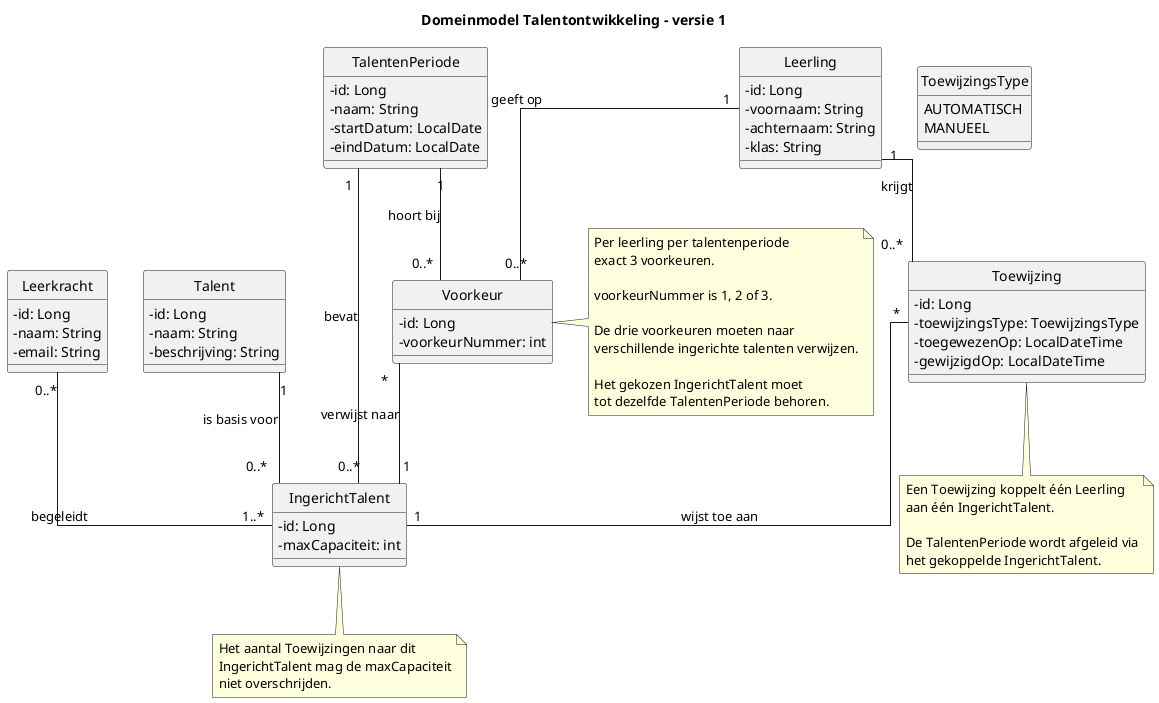
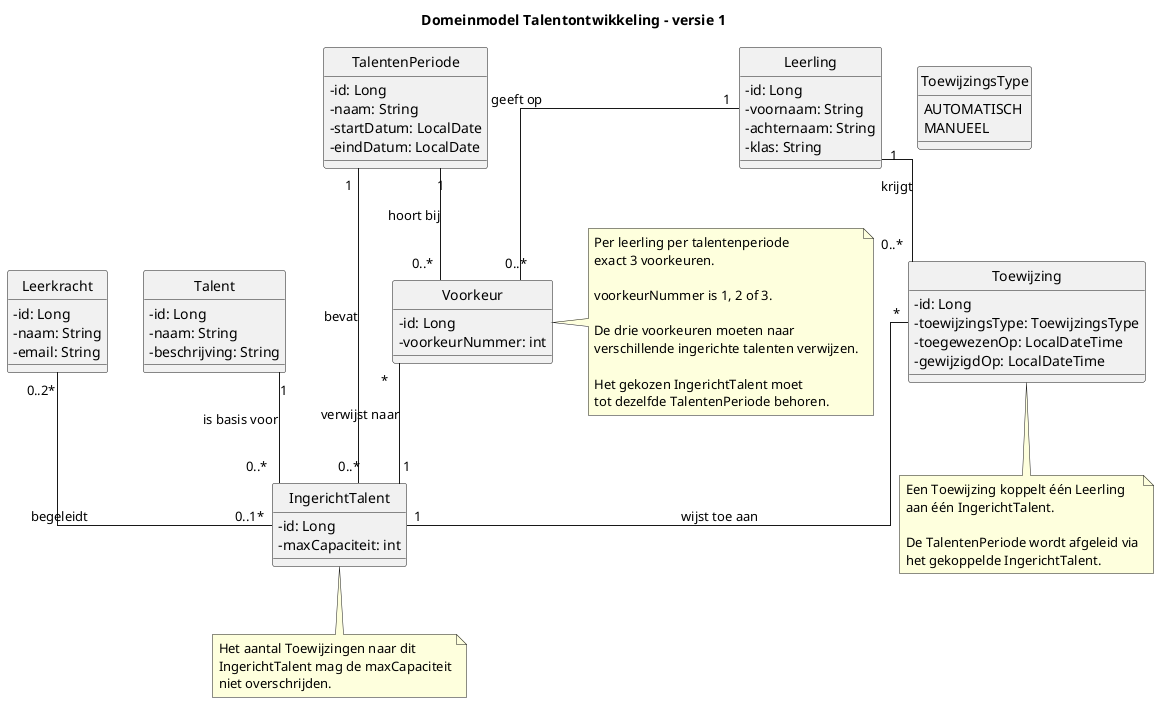
@startuml

hide circle
skinparam classAttributeIconSize 0
skinparam linetype ortho

title Domeinmodel Talentontwikkeling - versie 1

class Leerling {
  - id: Long
  - voornaam: String
  - achternaam: String
  - klas: String
}

class Leerkracht {
  - id: Long
  - naam: String
  - email: String
}

class Talent {
  - id: Long
  - naam: String
  - beschrijving: String
}

class TalentenPeriode {
  - id: Long
  - naam: String
  - startDatum: LocalDate
  - eindDatum: LocalDate
}

class IngerichtTalent {
  - id: Long
  - maxCapaciteit: int
}

class Voorkeur {
  - id: Long
  - voorkeurNummer: int
}

class Toewijzing {
  - id: Long
  - toewijzingsType: ToewijzingsType
  - toegewezenOp: LocalDateTime
  - gewijzigdOp: LocalDateTime
}

enum ToewijzingsType {
  AUTOMATISCH
  MANUEEL
}

'-------------------------------
' Talentaanbod
'-------------------------------

TalentenPeriode "1" -- "0..*" IngerichtTalent : bevat
Talent "1" -- "0..*" IngerichtTalent : is basis voor
- Leerkracht "0..*" -- "1..*" IngerichtTalent : begeleidt
+ Leerkracht "0..2*" -- "0..1*" IngerichtTalent : begeleidt

'-------------------------------
' Voorkeuren
'-------------------------------

Leerling "1" -- "0..*" Voorkeur : geeft op
TalentenPeriode "1" -- "0..*" Voorkeur : hoort bij
Voorkeur "*" -- "1" IngerichtTalent : verwijst naar

'-------------------------------
' Toewijzingen
'-------------------------------

Leerling "1" -- "0..*" Toewijzing : krijgt
Toewijzing "*" -- "1" IngerichtTalent : wijst toe aan

'-------------------------------
' Businessregel-notities
'-------------------------------

note right of Voorkeur
  Per leerling per talentenperiode
  exact 3 voorkeuren.

  voorkeurNummer is 1, 2 of 3.

  De drie voorkeuren moeten naar
  verschillende ingerichte talenten verwijzen.

  Het gekozen IngerichtTalent moet
  tot dezelfde TalentenPeriode behoren.
end note

note bottom of Toewijzing
  Een Toewijzing koppelt één Leerling
  aan één IngerichtTalent.

  De TalentenPeriode wordt afgeleid via
  het gekoppelde IngerichtTalent.
end note

note bottom of IngerichtTalent
  Het aantal Toewijzingen naar dit
  IngerichtTalent mag de maxCapaciteit
  niet overschrijden.
end note

@enduml